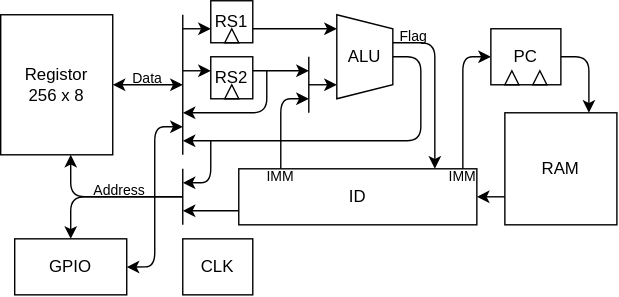
The draw.io diagram Lab/Computer/RK8/img/arch.dio.svg in amane-uehara/kanade-k-1228.github.io, before a commit. Source tidied: cells renumbered, new cells last; positions are measured from the earlier drawing's top-left corner, leaving out a move shared by most shapes.
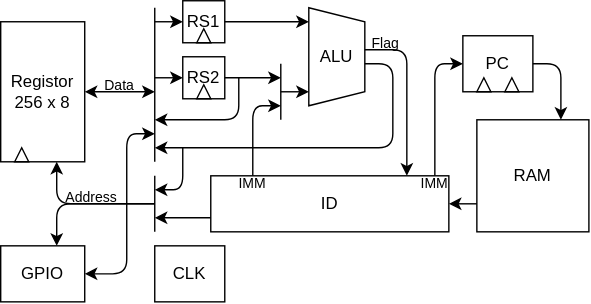
Above is the later version.

Diff of the diagram source:
```diff
@@ -3,7 +3,7 @@
     <mxCell id="0" />
     <mxCell id="1" parent="0" />
     <mxCell id="2" value="Registor&lt;br&gt;256 x 8" style="rounded=0;whiteSpace=wrap;html=1;" parent="1" vertex="1">
-      <mxGeometry y="10" width="80" height="100" as="geometry" />
+      <mxGeometry x="20" y="10" width="60" height="100" as="geometry" />
     </mxCell>
     <mxCell id="3" style="endArrow=classic;startArrow=classic;html=1;" parent="1" edge="1">
       <mxGeometry relative="1" as="geometry">
@@ -14,17 +14,17 @@
     <mxCell id="4" style="endArrow=none;html=1;" parent="1" edge="1">
       <mxGeometry relative="1" as="geometry">
         <mxPoint x="130" y="110" as="sourcePoint" />
-        <mxPoint x="130" y="10" as="targetPoint" />
+        <mxPoint x="130" as="targetPoint" />
       </mxGeometry>
     </mxCell>
     <mxCell id="5" style="endArrow=classic;html=1;" parent="1" edge="1">
       <mxGeometry relative="1" as="geometry">
-        <mxPoint x="130" y="20" as="sourcePoint" />
-        <mxPoint x="150" y="20" as="targetPoint" />
+        <mxPoint x="130" y="10" as="sourcePoint" />
+        <mxPoint x="150" y="10" as="targetPoint" />
       </mxGeometry>
     </mxCell>
     <mxCell id="6" value="RS1" style="rounded=0;whiteSpace=wrap;html=1;" parent="1" vertex="1">
-      <mxGeometry x="150" width="30" height="30" as="geometry" />
+      <mxGeometry x="150" y="-5" width="30" height="30" as="geometry" />
     </mxCell>
     <mxCell id="7" style="endArrow=classic;html=1;" parent="1" edge="1">
       <mxGeometry relative="1" as="geometry">
@@ -33,10 +33,10 @@
       </mxGeometry>
     </mxCell>
     <mxCell id="8" value="RS2" style="rounded=0;whiteSpace=wrap;html=1;" parent="1" vertex="1">
-      <mxGeometry x="150" y="40" width="30" height="30" as="geometry" />
+      <mxGeometry x="150" y="35" width="30" height="30" as="geometry" />
     </mxCell>
     <mxCell id="9" value="ALU" style="shape=trapezoid;perimeter=trapezoidPerimeter;whiteSpace=wrap;html=1;fixedSize=1;direction=south;size=10;" parent="1" vertex="1">
-      <mxGeometry x="240" y="10" width="40" height="60" as="geometry" />
+      <mxGeometry x="240" width="40" height="70" as="geometry" />
     </mxCell>
     <mxCell id="10" style="endArrow=none;html=1;" parent="1" edge="1">
       <mxGeometry relative="1" as="geometry">
@@ -76,8 +76,8 @@
     </mxCell>
     <mxCell id="15" style="endArrow=classic;html=1;" parent="1" edge="1">
       <mxGeometry relative="1" as="geometry">
-        <mxPoint x="180" y="20" as="sourcePoint" />
-        <mxPoint x="240" y="20" as="targetPoint" />
+        <mxPoint x="180" y="10" as="sourcePoint" />
+        <mxPoint x="240" y="10" as="targetPoint" />
       </mxGeometry>
     </mxCell>
     <mxCell id="16" style="endArrow=classic;html=1;" parent="1" edge="1">
@@ -99,9 +99,9 @@
     <mxCell id="18" style="endArrow=classic;html=1;" parent="1" edge="1">
       <mxGeometry relative="1" as="geometry">
         <mxPoint x="130" y="140" as="sourcePoint" />
-        <mxPoint x="50" y="110" as="targetPoint" />
+        <mxPoint x="60" y="110" as="targetPoint" />
         <Array as="points">
-          <mxPoint x="50" y="140" />
+          <mxPoint x="60" y="140" />
         </Array>
       </mxGeometry>
     </mxCell>
@@ -145,10 +145,10 @@
       <mxGeometry x="380" y="50" width="10" height="10" as="geometry" />
     </mxCell>
     <mxCell id="27" style="triangle;whiteSpace=wrap;html=1;direction=north;" parent="1" vertex="1">
-      <mxGeometry x="160" y="60" width="10" height="10" as="geometry" />
+      <mxGeometry x="160" y="55" width="10" height="10" as="geometry" />
     </mxCell>
     <mxCell id="28" style="triangle;whiteSpace=wrap;html=1;direction=north;" parent="1" vertex="1">
-      <mxGeometry x="160" y="20" width="10" height="10" as="geometry" />
+      <mxGeometry x="160" y="15" width="10" height="10" as="geometry" />
     </mxCell>
     <mxCell id="29" value="CLK" style="rounded=0;whiteSpace=wrap;html=1;" parent="1" vertex="1">
       <mxGeometry x="130" y="170" width="50" height="40" as="geometry" />
@@ -178,20 +178,20 @@
       </mxGeometry>
     </mxCell>
     <mxCell id="33" value="GPIO" style="rounded=0;whiteSpace=wrap;html=1;" parent="1" vertex="1">
-      <mxGeometry x="10" y="170" width="80" height="40" as="geometry" />
+      <mxGeometry x="20" y="170" width="60" height="40" as="geometry" />
     </mxCell>
     <mxCell id="34" style="endArrow=classic;html=1;" parent="1" edge="1">
       <mxGeometry relative="1" as="geometry">
         <mxPoint x="130" y="140" as="sourcePoint" />
-        <mxPoint x="50" y="170" as="targetPoint" />
+        <mxPoint x="60" y="170" as="targetPoint" />
         <Array as="points">
-          <mxPoint x="50" y="140" />
+          <mxPoint x="60" y="140" />
         </Array>
       </mxGeometry>
     </mxCell>
     <mxCell id="35" style="endArrow=classic;startArrow=classic;html=1;" parent="1" edge="1">
       <mxGeometry relative="1" as="geometry">
-        <mxPoint x="90" y="190.1" as="sourcePoint" />
+        <mxPoint x="80" y="190" as="sourcePoint" />
         <mxPoint x="130" y="90" as="targetPoint" />
         <Array as="points">
           <mxPoint x="110" y="190" />
@@ -214,5 +214,8 @@
     <mxCell id="40" value="IMM" style="text;html=1;strokeColor=none;fillColor=none;align=center;verticalAlign=middle;whiteSpace=wrap;rounded=0;fontSize=10;" parent="1" vertex="1">
       <mxGeometry x="320" y="120" width="20" height="10" as="geometry" />
     </mxCell>
+    <mxCell id="41" style="triangle;whiteSpace=wrap;html=1;direction=north;" parent="1" vertex="1">
+      <mxGeometry x="30" y="100" width="10" height="10" as="geometry" />
+    </mxCell>
   </root>
 </mxGraphModel>
```
